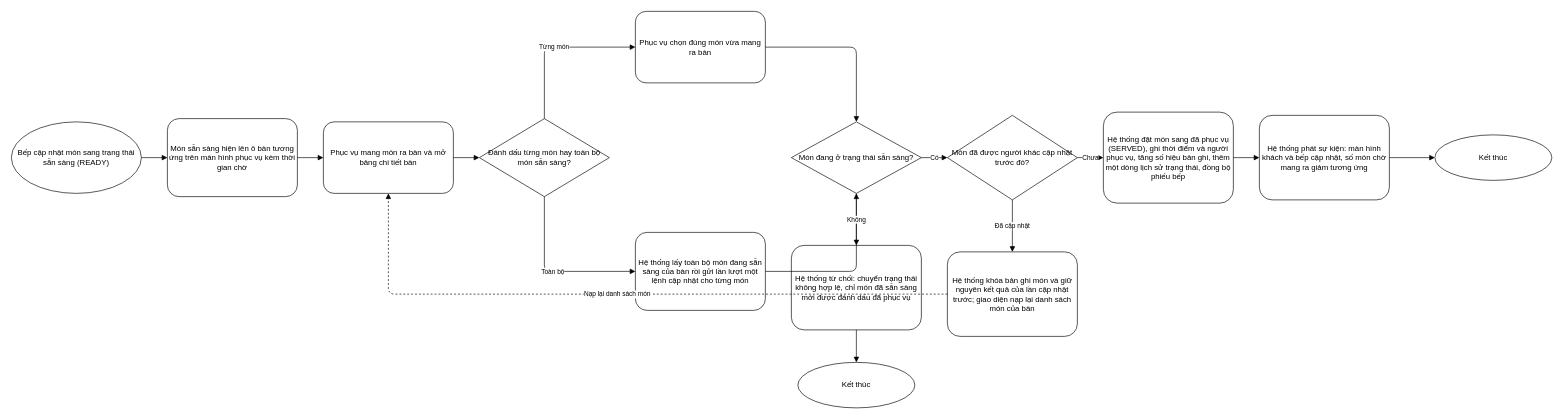
thanhhoa3514/restaurant-management keeps this draw.io diagram as docs/business-process-danh-dau-da-phuc-vu.drawio. Above is the earlier version. Source tidied: cells renumbered, new cells numbered last; positions are measured from the earlier drawing's top-left corner, leaving out a move shared by most shapes. Both pictures are drawn from the tidied source at 65%, with x=0, y=0 at pixel (11, 11).
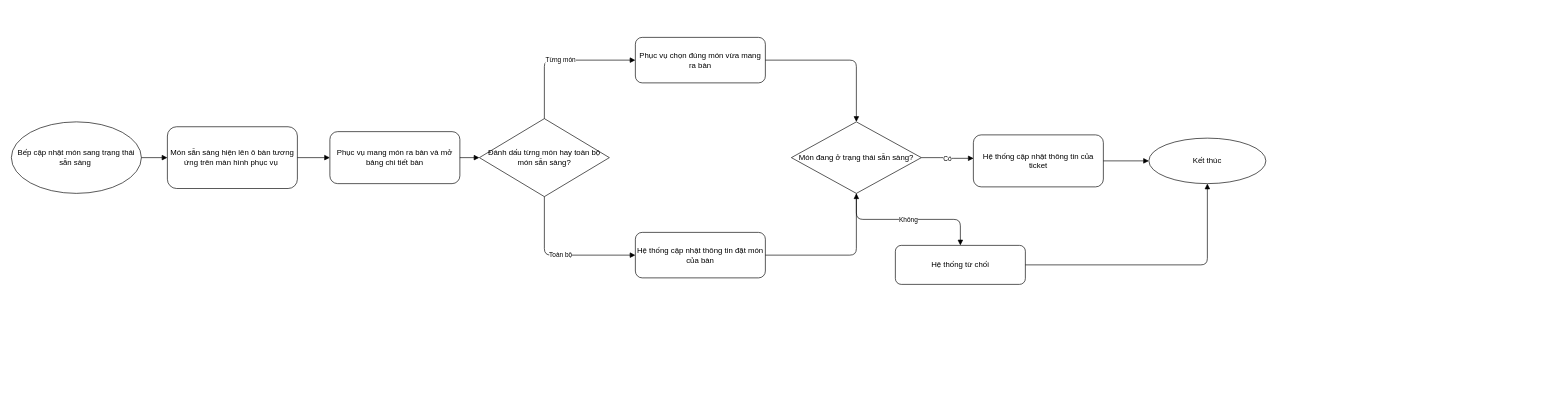
The same page after the edit.

The change refers to these unchanged cells:
```xml
<mxCell id="8" value="Món đang ở trạng thái sẵn sàng?" style="rhombus;whiteSpace=wrap;html=1;fillColor=#ffffff;strokeColor=#000000;" parent="1" vertex="1">
  <mxGeometry x="1200" y="170" width="200" height="110" as="geometry" />
</mxCell>
```

What changed in the source:
```diff
@@
-    <mxCell id="2" value="Bếp cập nhật món sang trạng thái sẵn sàng (READY)" style="ellipse;whiteSpace=wrap;html=1;fillColor=#ffffff;strokeColor=#000000;" parent="1" vertex="1">
+    <mxCell id="2" value="Bếp cập nhật món sang trạng thái sẵn sàng&amp;nbsp;" style="ellipse;whiteSpace=wrap;html=1;fillColor=#ffffff;strokeColor=#000000;" parent="1" vertex="1">
       <mxGeometry y="170" width="200" height="110" as="geometry" />
     </mxCell>
-    <mxCell id="3" value="Món sẵn sàng hiện lên ô bàn tương ứng trên màn hình phục vụ kèm thời gian chờ" style="rounded=1;whiteSpace=wrap;html=1;fillColor=#ffffff;strokeColor=#000000;" parent="1" vertex="1">
-      <mxGeometry x="240" y="165" width="200" height="120" as="geometry" />
+    <mxCell id="3" value="Món sẵn sàng hiện lên ô bàn tương ứng trên màn hình phục vụ&amp;nbsp;" style="rounded=1;whiteSpace=wrap;html=1;fillColor=#ffffff;strokeColor=#000000;" parent="1" vertex="1">
+      <mxGeometry x="240" y="177.5" width="200" height="95" as="geometry" />
     </mxCell>
     <mxCell id="4" value="Phục vụ mang món ra bàn và mở bảng chi tiết bàn" style="rounded=1;whiteSpace=wrap;html=1;fillColor=#ffffff;strokeColor=#000000;" parent="1" vertex="1">
-      <mxGeometry x="480" y="170" width="200" height="110" as="geometry" />
+      <mxGeometry x="490" y="185" width="200" height="80" as="geometry" />
     </mxCell>
@@
     <mxCell id="6" value="Phục vụ chọn đúng món vừa mang ra bàn" style="rounded=1;whiteSpace=wrap;html=1;fillColor=#ffffff;strokeColor=#000000;" parent="1" vertex="1">
-      <mxGeometry x="960" width="200" height="110" as="geometry" />
+      <mxGeometry x="960" y="40" width="200" height="70" as="geometry" />
     </mxCell>
-    <mxCell id="7" value="Hệ thống lấy toàn bộ món đang sẵn sàng của bàn rồi gửi lần lượt một lệnh cập nhật cho từng món" style="rounded=1;whiteSpace=wrap;html=1;fillColor=#ffffff;strokeColor=#000000;" parent="1" vertex="1">
-      <mxGeometry x="960" y="340" width="200" height="120" as="geometry" />
+    <mxCell id="7" value="Hệ thống cập nhật thông tin đặt món của bàn" style="rounded=1;whiteSpace=wrap;html=1;fillColor=#ffffff;strokeColor=#000000;" parent="1" vertex="1">
+      <mxGeometry x="960" y="340" width="200" height="70" as="geometry" />
     </mxCell>
@@
-    <mxCell id="9" value="Hệ thống từ chối: chuyển trạng thái không hợp lệ, chỉ món đã sẵn sàng mới được đánh dấu đã phục vụ" style="rounded=1;whiteSpace=wrap;html=1;fillColor=#ffffff;strokeColor=#000000;" parent="1" vertex="1">
-      <mxGeometry x="1200" y="360" width="200" height="130" as="geometry" />
+    <mxCell id="9" value="Hệ thống từ chối" style="rounded=1;whiteSpace=wrap;html=1;fillColor=#ffffff;strokeColor=#000000;" parent="1" vertex="1">
+      <mxGeometry x="1360" y="360" width="200" height="60" as="geometry" />
     </mxCell>
-    <mxCell id="10" value="Kết thúc" style="ellipse;whiteSpace=wrap;html=1;fillColor=#ffffff;strokeColor=#000000;" parent="1" vertex="1">
-      <mxGeometry x="1210" y="540" width="180" height="70" as="geometry" />
-    </mxCell>
-    <mxCell id="11" value="Món đã được người khác cập nhật trước đó?" style="rhombus;whiteSpace=wrap;html=1;fillColor=#ffffff;strokeColor=#000000;" parent="1" vertex="1">
-      <mxGeometry x="1440" y="160" width="200" height="130" as="geometry" />
-    </mxCell>
-    <mxCell id="12" value="Hệ thống khóa bản ghi món và giữ nguyên kết quả của lần cập nhật trước; giao diện nạp lại danh sách món của bàn" style="rounded=1;whiteSpace=wrap;html=1;fillColor=#ffffff;strokeColor=#000000;" parent="1" vertex="1">
-      <mxGeometry x="1440" y="370" width="200" height="130" as="geometry" />
-    </mxCell>
-    <mxCell id="13" value="Hệ thống đặt món sang đã phục vụ (SERVED), ghi thời điểm và người phục vụ, tăng số hiệu bản ghi, thêm một dòng lịch sử trạng thái, đồng bộ phiếu bếp" style="rounded=1;whiteSpace=wrap;html=1;fillColor=#ffffff;strokeColor=#000000;" parent="1" vertex="1">
-      <mxGeometry x="1680" y="155" width="200" height="140" as="geometry" />
-    </mxCell>
-    <mxCell id="14" value="Hệ thống phát sự kiện: màn hình khách và bếp cập nhật, số món chờ mang ra giảm tương ứng" style="rounded=1;whiteSpace=wrap;html=1;fillColor=#ffffff;strokeColor=#000000;" parent="1" vertex="1">
-      <mxGeometry x="1920" y="160" width="200" height="130" as="geometry" />
+    <mxCell id="14" value="Hệ thống cập nhật thông tin của ticket" style="rounded=1;whiteSpace=wrap;html=1;fillColor=#ffffff;strokeColor=#000000;" parent="1" vertex="1">
+      <mxGeometry x="1480" y="190" width="200" height="80" as="geometry" />
     </mxCell>
     <mxCell id="15" value="Kết thúc" style="ellipse;whiteSpace=wrap;html=1;fillColor=#ffffff;strokeColor=#000000;" parent="1" vertex="1">
-      <mxGeometry x="2190" y="190" width="180" height="70" as="geometry" />
+      <mxGeometry x="1750" y="195" width="180" height="70" as="geometry" />
     </mxCell>
@@
-    <mxCell id="24" style="edgeStyle=orthogonalEdgeStyle;rounded=1;html=1;endArrow=block;" parent="1" edge="1" source="9" target="10">
+    <mxCell id="24" style="edgeStyle=orthogonalEdgeStyle;rounded=1;html=1;endArrow=block;entryX=0.5;entryY=1;entryDx=0;entryDy=0;" parent="1" edge="1" source="9" target="15">
       <mxGeometry relative="1" as="geometry" />
     </mxCell>
-    <mxCell id="25" value="Có" style="edgeStyle=orthogonalEdgeStyle;rounded=1;html=1;endArrow=block;fontSize=10;" parent="1" edge="1" source="8" target="11">
+    <mxCell id="25" value="Có" style="edgeStyle=orthogonalEdgeStyle;rounded=1;html=1;endArrow=block;fontSize=10;entryX=0.002;entryY=0.451;entryDx=0;entryDy=0;entryPerimeter=0;" parent="1" edge="1" source="8" target="14">
       <mxGeometry relative="1" as="geometry" />
     </mxCell>
-    <mxCell id="26" value="Đã cập nhật" style="edgeStyle=orthogonalEdgeStyle;rounded=1;html=1;endArrow=block;fontSize=10;exitX=0.5;exitY=1;exitDx=0;exitDy=0;entryX=0.5;entryY=0;entryDx=0;entryDy=0;" parent="1" edge="1" source="11" target="12">
-      <mxGeometry relative="1" as="geometry" />
-    </mxCell>
-    <mxCell id="27" value="Nạp lại danh sách món" style="edgeStyle=orthogonalEdgeStyle;rounded=1;html=1;endArrow=block;dashed=1;fontSize=10;exitX=0;exitY=0.5;exitDx=0;exitDy=0;entryX=0.5;entryY=1;entryDx=0;entryDy=0;" parent="1" edge="1" source="12" target="4">
-      <mxGeometry relative="1" as="geometry" />
-    </mxCell>
-    <mxCell id="28" value="Chưa" style="edgeStyle=orthogonalEdgeStyle;rounded=1;html=1;endArrow=block;fontSize=10;" parent="1" edge="1" source="11" target="13">
-      <mxGeometry relative="1" as="geometry" />
-    </mxCell>
-    <mxCell id="29" style="edgeStyle=orthogonalEdgeStyle;rounded=1;html=1;endArrow=block;" parent="1" edge="1" source="13" target="14">
-      <mxGeometry relative="1" as="geometry" />
-    </mxCell>
```
